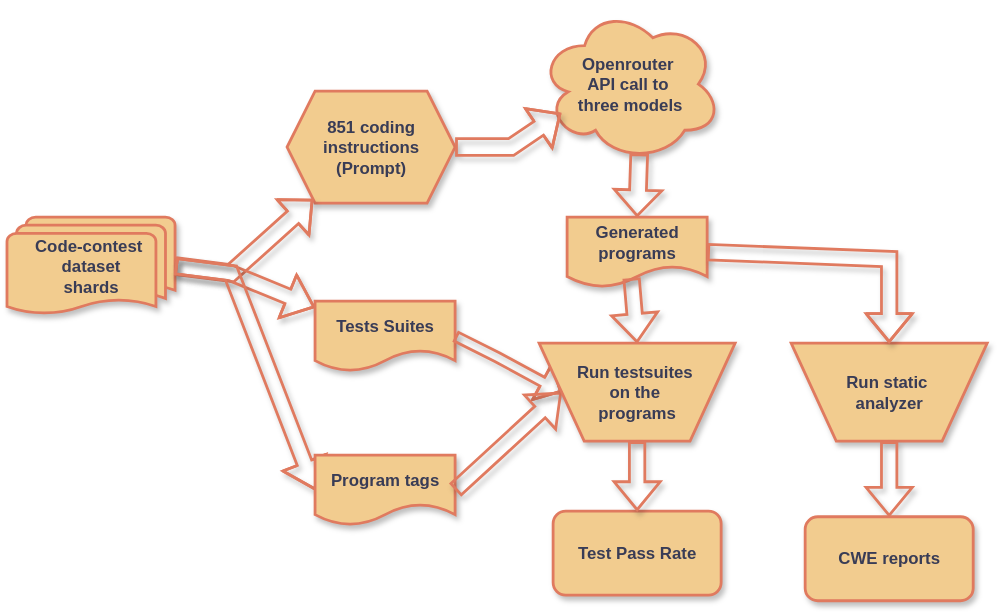
Above: results/figures/data-flow.svg in saif0524/aigc_vul_patterns (draw.io), before the change. Source tidied: cells renumbered, new cells last; positions are measured from the earlier drawing's top-left corner, leaving out a move shared by most shapes.
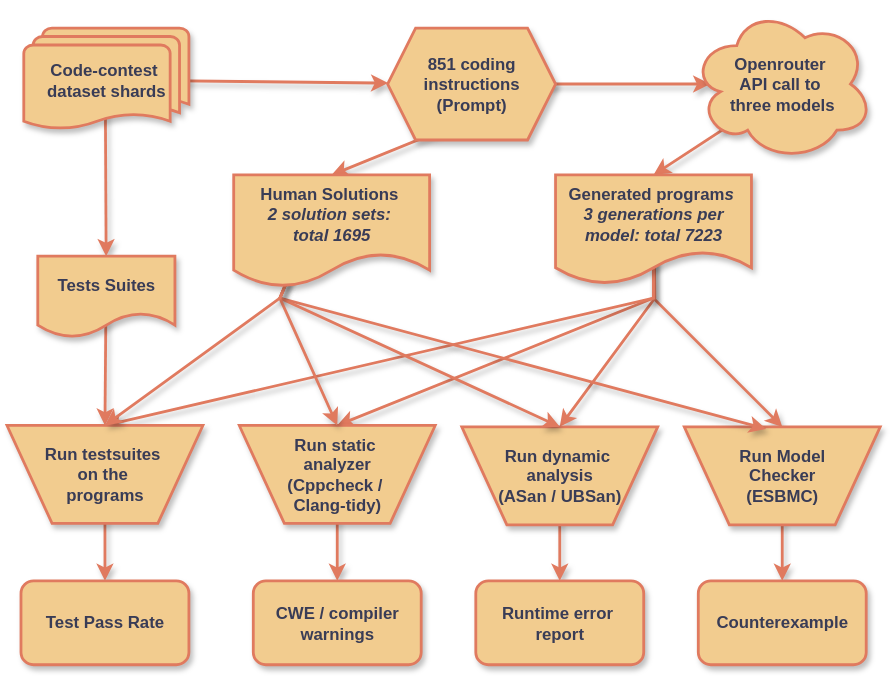
After the commit.

Diff of the diagram source:
```diff
@@ -2,92 +2,133 @@
   <root>
     <mxCell id="0" />
     <mxCell id="1" parent="0" />
+    <mxCell id="23" style="endArrow=classic;html=1;rounded=0;entryX=0.5;entryY=0;entryDx=0;entryDy=0;fontStyle=1;strokeWidth=2;labelBackgroundColor=none;fontColor=default;shadow=1;strokeColor=#E07A5F;exitX=1;exitY=0.5;exitDx=0;exitDy=0;" parent="1" edge="1" source="2" target="36">
+      <mxGeometry relative="1" as="geometry" />
+    </mxCell>
+    <mxCell id="18" style="endArrow=classic;html=1;rounded=0;exitX=0.5;exitY=1;exitDx=0;exitDy=0;fontStyle=1;strokeWidth=2;labelBackgroundColor=none;fontColor=default;shadow=1;strokeColor=#E07A5F;" parent="1" edge="1" source="17" target="13">
+      <mxGeometry relative="1" as="geometry" />
+    </mxCell>
+    <mxCell id="21" style="endArrow=classic;html=1;rounded=0;exitX=0.5;exitY=1;exitDx=0;exitDy=0;entryX=0.5;entryY=0;entryDx=0;entryDy=0;fontStyle=1;strokeWidth=2;labelBackgroundColor=none;fontColor=default;shadow=1;strokeColor=#E07A5F;" parent="1" edge="1" source="19" target="22">
+      <mxGeometry relative="1" as="geometry" />
+    </mxCell>
+    <mxCell id="24" style="endArrow=classic;html=1;rounded=0;exitX=0.5;exitY=1;exitDx=0;exitDy=0;entryX=0.5;entryY=0;entryDx=0;entryDy=0;fontStyle=1;strokeWidth=2;labelBackgroundColor=none;fontColor=default;shadow=1;strokeColor=#E07A5F;" parent="1" edge="1" source="30" target="31">
+      <mxGeometry relative="1" as="geometry" />
+    </mxCell>
+    <mxCell id="25" style="endArrow=classic;html=1;rounded=0;exitX=0.5;exitY=1;exitDx=0;exitDy=0;entryX=0.5;entryY=0;entryDx=0;entryDy=0;fontStyle=1;strokeWidth=2;labelBackgroundColor=none;fontColor=default;shadow=1;strokeColor=#E07A5F;" parent="1" edge="1" source="28" target="29">
+      <mxGeometry relative="1" as="geometry" />
+    </mxCell>
+    <mxCell id="5" style="endArrow=classic;html=1;rounded=0;exitX=0;exitY=0.5;exitDx=0;exitDy=0;fontStyle=1;strokeWidth=2;labelBackgroundColor=none;fontColor=default;shadow=1;strokeColor=#E07A5F;exitPerimeter=0;" parent="1" edge="1" source="4" target="2">
+      <mxGeometry relative="1" as="geometry" />
+    </mxCell>
+    <mxCell id="6" style="endArrow=classic;html=1;rounded=0;exitX=0;exitY=0.5;exitDx=0;exitDy=0;entryX=0.104;entryY=0.5;entryDx=0;entryDy=0;entryPerimeter=0;fontStyle=1;strokeWidth=2;labelBackgroundColor=none;fontColor=default;shadow=1;strokeColor=#E07A5F;" parent="1" edge="1" source="2" target="3">
+      <mxGeometry relative="1" as="geometry" />
+    </mxCell>
+    <mxCell id="11" style="endArrow=classic;html=1;rounded=0;entryX=0.5;entryY=0;entryDx=0;entryDy=0;fontStyle=1;strokeWidth=2;labelBackgroundColor=none;fontColor=default;shadow=1;strokeColor=#E07A5F;exitX=0.88;exitY=0.25;exitDx=0;exitDy=0;exitPerimeter=0;" parent="1" edge="1" source="3" target="12">
+      <mxGeometry relative="1" as="geometry" />
+    </mxCell>
+    <mxCell id="26" style="endArrow=classic;html=1;rounded=0;entryX=0.5;entryY=1;entryDx=0;entryDy=0;fontStyle=1;strokeWidth=2;labelBackgroundColor=none;fontColor=default;shadow=1;strokeColor=#E07A5F;exitX=0.5;exitY=0;exitDx=0;exitDy=0;" parent="1" edge="1" source="12" target="30">
+      <mxGeometry relative="1" as="geometry">
+        <Array as="points">
+          <mxPoint x="790" y="120" />
+        </Array>
+      </mxGeometry>
+    </mxCell>
+    <mxCell id="27" style="endArrow=classic;html=1;rounded=0;entryX=0.5;entryY=1;entryDx=0;entryDy=0;fontStyle=1;strokeWidth=2;labelBackgroundColor=none;fontColor=default;shadow=1;strokeColor=#E07A5F;exitX=0.5;exitY=0;exitDx=0;exitDy=0;" parent="1" edge="1" source="12" target="28">
+      <mxGeometry relative="1" as="geometry">
+        <Array as="points">
+          <mxPoint x="791" y="120" />
+        </Array>
+      </mxGeometry>
+    </mxCell>
+    <mxCell id="20" style="endArrow=classic;html=1;rounded=0;entryX=0.5;entryY=1;entryDx=0;entryDy=0;fontStyle=1;strokeWidth=2;labelBackgroundColor=none;fontColor=default;shadow=1;strokeColor=#E07A5F;exitX=0.5;exitY=0;exitDx=0;exitDy=0;" parent="1" edge="1" source="12" target="19">
+      <mxGeometry relative="1" as="geometry">
+        <Array as="points">
+          <mxPoint x="790" y="120" />
+        </Array>
+      </mxGeometry>
+    </mxCell>
+    <mxCell id="15" style="endArrow=classic;html=1;rounded=0;exitX=0.5;exitY=0;exitDx=0;exitDy=0;entryX=0.5;entryY=1;entryDx=0;entryDy=0;fontStyle=1;strokeWidth=2;labelBackgroundColor=none;fontColor=default;shadow=1;strokeColor=#E07A5F;" parent="1" edge="1" source="12" target="17">
+      <mxGeometry relative="1" as="geometry">
+        <Array as="points">
+          <mxPoint x="790" y="120" />
+        </Array>
+      </mxGeometry>
+    </mxCell>
+    <mxCell id="7" style="endArrow=classic;html=1;rounded=0;exitX=0.492;exitY=0.114;exitDx=0;exitDy=0;fontStyle=1;strokeWidth=2;labelBackgroundColor=none;fontColor=default;shadow=1;strokeColor=#E07A5F;exitPerimeter=0;" parent="1" edge="1" source="4" target="8">
+      <mxGeometry relative="1" as="geometry" />
+    </mxCell>
+    <mxCell id="16" style="endArrow=classic;html=1;rounded=0;exitX=0.5;exitY=0;exitDx=0;exitDy=0;fontStyle=1;strokeWidth=2;entryX=0.5;entryY=1;entryDx=0;entryDy=0;labelBackgroundColor=none;fontColor=default;shadow=1;strokeColor=#E07A5F;" parent="1" edge="1" source="8" target="17">
+      <mxGeometry relative="1" as="geometry" />
+    </mxCell>
     <mxCell id="2" value="851 coding instructions&lt;div&gt;(Prompt)&lt;/div&gt;" style="shape=hexagon;perimeter=hexagonPerimeter2;whiteSpace=wrap;html=1;fixedSize=1;fontStyle=1;strokeWidth=2;labelBackgroundColor=none;shadow=1;fillColor=#F2CC8F;strokeColor=#E07A5F;fontColor=#393C56;" parent="1" vertex="1">
-      <mxGeometry x="200" y="60" width="120" height="80" as="geometry" />
+      <mxGeometry x="600" y="-73" width="120" height="80" as="geometry" />
     </mxCell>
     <mxCell id="3" value="Openrouter&amp;nbsp;&lt;div&gt;API call to&amp;nbsp;&lt;/div&gt;&lt;div&gt;three models&lt;/div&gt;" style="ellipse;shape=cloud;whiteSpace=wrap;html=1;fontStyle=1;strokeWidth=2;labelBackgroundColor=none;shadow=1;fillColor=#F2CC8F;strokeColor=#E07A5F;fontColor=#393C56;" parent="1" vertex="1">
-      <mxGeometry x="380" width="130" height="110" as="geometry" />
+      <mxGeometry x="817" y="-88" width="130" height="110" as="geometry" />
     </mxCell>
-    <mxCell id="4" value="Code-contest&amp;nbsp;&lt;div&gt;dataset&lt;div&gt;shards&lt;/div&gt;&lt;/div&gt;" style="strokeWidth=2;html=1;shape=mxgraph.flowchart.multi-document;whiteSpace=wrap;fontStyle=1;labelBackgroundColor=none;shadow=1;fillColor=#F2CC8F;strokeColor=#E07A5F;fontColor=#393C56;" parent="1" vertex="1">
-      <mxGeometry y="150" width="120" height="70" as="geometry" />
+    <mxCell id="4" value="Code-contest&amp;nbsp;&lt;div&gt;dataset&amp;nbsp;&lt;span style=&quot;background-color: transparent; color: light-dark(rgb(57, 60, 86), rgb(182, 184, 207));&quot;&gt;shards&lt;/span&gt;&lt;/div&gt;" style="strokeWidth=2;html=1;shape=mxgraph.flowchart.multi-document;whiteSpace=wrap;fontStyle=1;labelBackgroundColor=none;shadow=1;fillColor=#F2CC8F;strokeColor=#E07A5F;fontColor=#393C56;" parent="1" vertex="1">
+      <mxGeometry x="340" y="-73" width="118" height="73" as="geometry" />
     </mxCell>
-    <mxCell id="5" style="shape=flexArrow;endArrow=classic;html=1;rounded=0;exitX=1;exitY=0.5;exitDx=0;exitDy=0;width=11;endSize=5.44;fontStyle=1;strokeWidth=2;labelBackgroundColor=none;fontColor=default;shadow=1;strokeColor=#E07A5F;" parent="1" edge="1" source="4" target="2">
-      <mxGeometry relative="1" as="geometry">
-        <Array as="points">
-          <mxPoint x="160" y="190" />
-        </Array>
-      </mxGeometry>
-    </mxCell>
-    <mxCell id="6" style="shape=flexArrow;endArrow=classic;html=1;rounded=0;exitX=1;exitY=0.5;exitDx=0;exitDy=0;width=11;endSize=5.44;entryX=0.121;entryY=0.688;entryDx=0;entryDy=0;entryPerimeter=0;fontStyle=1;strokeWidth=2;labelBackgroundColor=none;fontColor=default;shadow=1;strokeColor=#E07A5F;" parent="1" edge="1" source="2" target="3">
-      <mxGeometry relative="1" as="geometry">
-        <Array as="points">
-          <mxPoint x="360" y="100" />
-        </Array>
-      </mxGeometry>
-    </mxCell>
-    <mxCell id="7" style="shape=flexArrow;endArrow=classic;html=1;rounded=0;exitX=1;exitY=0.5;exitDx=0;exitDy=0;fontStyle=1;strokeWidth=2;labelBackgroundColor=none;fontColor=default;shadow=1;strokeColor=#E07A5F;" parent="1" edge="1" source="4" target="8">
-      <mxGeometry relative="1" as="geometry">
-        <Array as="points">
-          <mxPoint x="160" y="190" />
-        </Array>
-      </mxGeometry>
-    </mxCell>
     <mxCell id="8" value="Tests Suites" style="shape=document;whiteSpace=wrap;html=1;boundedLbl=1;fontStyle=1;strokeWidth=2;labelBackgroundColor=none;shadow=1;fillColor=#F2CC8F;strokeColor=#E07A5F;fontColor=#393C56;" parent="1" vertex="1">
-      <mxGeometry x="220" y="210" width="100" height="50" as="geometry" />
+      <mxGeometry x="350" y="90" width="98" height="58" as="geometry" />
     </mxCell>
-    <mxCell id="9" style="shape=flexArrow;endArrow=classic;html=1;rounded=0;entryX=0;entryY=0.5;entryDx=0;entryDy=0;exitX=1;exitY=0.5;exitDx=0;exitDy=0;exitPerimeter=0;fontStyle=1;strokeWidth=2;labelBackgroundColor=none;fontColor=default;shadow=1;strokeColor=#E07A5F;" parent="1" edge="1" source="4" target="10">
-      <mxGeometry relative="1" as="geometry">
-        <Array as="points">
-          <mxPoint x="160" y="190" />
-        </Array>
-      </mxGeometry>
-    </mxCell>
-    <mxCell id="10" value="Program tags" style="shape=document;whiteSpace=wrap;html=1;boundedLbl=1;fontStyle=1;strokeWidth=2;labelBackgroundColor=none;shadow=1;fillColor=#F2CC8F;strokeColor=#E07A5F;fontColor=#393C56;" parent="1" vertex="1">
-      <mxGeometry x="220" y="320" width="100" height="50" as="geometry" />
-    </mxCell>
-    <mxCell id="11" style="shape=flexArrow;endArrow=classic;html=1;rounded=0;exitX=0.55;exitY=0.95;exitDx=0;exitDy=0;width=11;endSize=5.44;exitPerimeter=0;entryX=0.5;entryY=0;entryDx=0;entryDy=0;fontStyle=1;strokeWidth=2;labelBackgroundColor=none;fontColor=default;shadow=1;strokeColor=#E07A5F;" parent="1" edge="1" source="3" target="12">
-      <mxGeometry relative="1" as="geometry" />
-    </mxCell>
-    <mxCell id="12" value="Generated programs" style="shape=document;whiteSpace=wrap;html=1;boundedLbl=1;fontStyle=1;strokeWidth=2;labelBackgroundColor=none;shadow=1;fillColor=#F2CC8F;strokeColor=#E07A5F;fontColor=#393C56;" parent="1" vertex="1">
-      <mxGeometry x="400" y="150" width="100" height="50" as="geometry" />
+    <mxCell id="12" value="Generated program&lt;i&gt;s&amp;nbsp;&lt;/i&gt;&lt;div&gt;&lt;i&gt;3 generations per model: total 7223&lt;/i&gt;&lt;/div&gt;" style="shape=document;whiteSpace=wrap;html=1;boundedLbl=1;fontStyle=1;strokeWidth=2;labelBackgroundColor=none;shadow=1;fillColor=#F2CC8F;strokeColor=#E07A5F;fontColor=#393C56;" parent="1" vertex="1">
+      <mxGeometry x="720" y="32" width="140" height="78" as="geometry" />
     </mxCell>
     <mxCell id="13" value="Test Pass Rate" style="rounded=1;whiteSpace=wrap;html=1;fontStyle=1;strokeWidth=2;labelBackgroundColor=none;shadow=1;fillColor=#F2CC8F;strokeColor=#E07A5F;fontColor=#393C56;" parent="1" vertex="1">
-      <mxGeometry x="390" y="360" width="120" height="60" as="geometry" />
+      <mxGeometry x="338" y="322" width="120" height="60" as="geometry" />
     </mxCell>
-    <mxCell id="14" style="shape=flexArrow;endArrow=classic;html=1;rounded=0;exitX=1;exitY=0.5;exitDx=0;exitDy=0;fontStyle=1;strokeWidth=2;width=6;endSize=4.23;entryX=0;entryY=0.5;entryDx=0;entryDy=0;labelBackgroundColor=none;fontColor=default;shadow=1;strokeColor=#E07A5F;" parent="1" edge="1" source="8" target="17">
-      <mxGeometry relative="1" as="geometry">
-        <Array as="points">
-          <mxPoint x="350" y="250" />
-        </Array>
-      </mxGeometry>
-    </mxCell>
-    <mxCell id="15" style="shape=flexArrow;endArrow=classic;html=1;rounded=0;exitX=0.46;exitY=0.87;exitDx=0;exitDy=0;entryX=0.5;entryY=1;entryDx=0;entryDy=0;exitPerimeter=0;fontStyle=1;strokeWidth=2;labelBackgroundColor=none;fontColor=default;shadow=1;strokeColor=#E07A5F;" parent="1" edge="1" source="12" target="17">
-      <mxGeometry relative="1" as="geometry" />
-    </mxCell>
-    <mxCell id="16" style="shape=flexArrow;endArrow=classic;html=1;rounded=0;exitX=1;exitY=0.5;exitDx=0;exitDy=0;fontStyle=1;strokeWidth=2;entryX=0;entryY=0.5;entryDx=0;entryDy=0;labelBackgroundColor=none;fontColor=default;shadow=1;strokeColor=#E07A5F;" parent="1" edge="1" source="10" target="17">
-      <mxGeometry relative="1" as="geometry" />
-    </mxCell>
     <mxCell id="17" value="Run testsuites&amp;nbsp;&lt;div&gt;on the&amp;nbsp;&lt;/div&gt;&lt;div&gt;programs&lt;/div&gt;" style="verticalLabelPosition=middle;verticalAlign=middle;html=1;shape=trapezoid;perimeter=trapezoidPerimeter;whiteSpace=wrap;size=0.23;arcSize=10;flipV=1;labelPosition=center;align=center;legacyAnchorPoints=0;fontStyle=1;strokeWidth=2;labelBackgroundColor=none;shadow=1;fillColor=#F2CC8F;strokeColor=#E07A5F;fontColor=#393C56;" parent="1" vertex="1">
-      <mxGeometry x="380" y="240" width="140" height="70" as="geometry" />
+      <mxGeometry x="328" y="211" width="140" height="70" as="geometry" />
     </mxCell>
-    <mxCell id="18" style="shape=flexArrow;endArrow=classic;html=1;rounded=0;exitX=0.5;exitY=0;exitDx=0;exitDy=0;fontStyle=1;strokeWidth=2;labelBackgroundColor=none;fontColor=default;shadow=1;strokeColor=#E07A5F;" parent="1" edge="1" source="17" target="13">
-      <mxGeometry relative="1" as="geometry" />
-    </mxCell>
-    <mxCell id="19" value="Run static&amp;nbsp;&lt;div&gt;analyzer&lt;/div&gt;" style="verticalLabelPosition=middle;verticalAlign=middle;html=1;shape=trapezoid;perimeter=trapezoidPerimeter;whiteSpace=wrap;size=0.23;arcSize=10;flipV=1;labelPosition=center;align=center;legacyAnchorPoints=0;fontStyle=1;strokeWidth=2;labelBackgroundColor=none;shadow=1;fillColor=#F2CC8F;strokeColor=#E07A5F;fontColor=#393C56;" parent="1" vertex="1">
-      <mxGeometry x="560" y="240" width="140" height="70" as="geometry" />
+    <mxCell id="19" value="Run static&amp;nbsp;&lt;div&gt;analyzer&lt;/div&gt;&lt;div&gt;(Cppcheck /&amp;nbsp;&lt;/div&gt;&lt;div&gt;Clang-tidy)&lt;/div&gt;" style="verticalLabelPosition=middle;verticalAlign=middle;html=1;shape=trapezoid;perimeter=trapezoidPerimeter;whiteSpace=wrap;size=0.23;arcSize=10;flipV=1;labelPosition=center;align=center;legacyAnchorPoints=0;fontStyle=1;strokeWidth=2;labelBackgroundColor=none;shadow=1;fillColor=#F2CC8F;strokeColor=#E07A5F;fontColor=#393C56;" parent="1" vertex="1">
+      <mxGeometry x="494" y="211" width="140" height="70" as="geometry" />
     </mxCell>
-    <mxCell id="20" style="shape=flexArrow;endArrow=classic;html=1;rounded=0;exitX=1;exitY=0.5;exitDx=0;exitDy=0;entryX=0.5;entryY=1;entryDx=0;entryDy=0;fontStyle=1;strokeWidth=2;labelBackgroundColor=none;fontColor=default;shadow=1;strokeColor=#E07A5F;" parent="1" edge="1" source="12" target="19">
-      <mxGeometry relative="1" as="geometry">
-        <Array as="points">
-          <mxPoint x="630" y="180" />
-        </Array>
-      </mxGeometry>
-    </mxCell>
-    <mxCell id="21" style="shape=flexArrow;endArrow=classic;html=1;rounded=0;exitX=0.5;exitY=0;exitDx=0;exitDy=0;entryX=0.5;entryY=0;entryDx=0;entryDy=0;fontStyle=1;strokeWidth=2;labelBackgroundColor=none;fontColor=default;shadow=1;strokeColor=#E07A5F;" parent="1" edge="1" source="19" target="22">
-      <mxGeometry relative="1" as="geometry" />
-    </mxCell>
-    <mxCell id="22" value="CWE reports" style="rounded=1;whiteSpace=wrap;html=1;fontStyle=1;strokeWidth=2;labelBackgroundColor=none;shadow=1;fillColor=#F2CC8F;strokeColor=#E07A5F;fontColor=#393C56;" parent="1" vertex="1">
-      <mxGeometry x="570" y="364" width="120" height="60" as="geometry" />
+    <mxCell id="22" value="CWE / compiler warnings" style="rounded=1;whiteSpace=wrap;html=1;fontStyle=1;strokeWidth=2;labelBackgroundColor=none;shadow=1;fillColor=#F2CC8F;strokeColor=#E07A5F;fontColor=#393C56;" parent="1" vertex="1">
+      <mxGeometry x="504" y="322" width="120" height="60" as="geometry" />
     </mxCell>
+    <mxCell id="28" value="Run dynamic&amp;nbsp;&lt;div&gt;analysis&lt;/div&gt;&lt;div&gt;(ASan / UBSan)&lt;/div&gt;" style="verticalLabelPosition=middle;verticalAlign=middle;html=1;shape=trapezoid;perimeter=trapezoidPerimeter;whiteSpace=wrap;size=0.23;arcSize=10;flipV=1;labelPosition=center;align=center;legacyAnchorPoints=0;fontStyle=1;strokeWidth=2;labelBackgroundColor=none;shadow=1;fillColor=#F2CC8F;strokeColor=#E07A5F;fontColor=#393C56;" parent="1" vertex="1">
+      <mxGeometry x="653" y="212" width="140" height="70" as="geometry" />
+    </mxCell>
+    <mxCell id="29" value="Runtime error&amp;nbsp;&lt;div&gt;report&lt;/div&gt;" style="rounded=1;whiteSpace=wrap;html=1;fontStyle=1;strokeWidth=2;labelBackgroundColor=none;shadow=1;fillColor=#F2CC8F;strokeColor=#E07A5F;fontColor=#393C56;" parent="1" vertex="1">
+      <mxGeometry x="663" y="322" width="120" height="60" as="geometry" />
+    </mxCell>
+    <mxCell id="30" value="Run Model&lt;div&gt;Checker&lt;/div&gt;&lt;div&gt;(ESBMC)&lt;/div&gt;" style="verticalLabelPosition=middle;verticalAlign=middle;html=1;shape=trapezoid;perimeter=trapezoidPerimeter;whiteSpace=wrap;size=0.23;arcSize=10;flipV=1;labelPosition=center;align=center;legacyAnchorPoints=0;fontStyle=1;strokeWidth=2;labelBackgroundColor=none;shadow=1;fillColor=#F2CC8F;strokeColor=#E07A5F;fontColor=#393C56;" parent="1" vertex="1">
+      <mxGeometry x="812" y="212" width="140" height="70" as="geometry" />
+    </mxCell>
+    <mxCell id="31" value="Counterexample" style="rounded=1;whiteSpace=wrap;html=1;fontStyle=1;strokeWidth=2;labelBackgroundColor=none;shadow=1;fillColor=#F2CC8F;strokeColor=#E07A5F;fontColor=#393C56;" parent="1" vertex="1">
+      <mxGeometry x="822" y="322" width="120" height="60" as="geometry" />
+    </mxCell>
+    <mxCell id="32" style="endArrow=classic;html=1;rounded=0;entryX=0.418;entryY=0.979;entryDx=0;entryDy=0;fontStyle=1;strokeWidth=2;labelBackgroundColor=none;fontColor=default;shadow=1;strokeColor=#E07A5F;exitX=0.5;exitY=0;exitDx=0;exitDy=0;entryPerimeter=0;" parent="1" edge="1" source="36" target="30">
+      <mxGeometry relative="1" as="geometry">
+        <Array as="points">
+          <mxPoint x="523" y="120" />
+        </Array>
+      </mxGeometry>
+    </mxCell>
+    <mxCell id="33" style="endArrow=classic;html=1;rounded=0;entryX=0.5;entryY=1;entryDx=0;entryDy=0;fontStyle=1;strokeWidth=2;labelBackgroundColor=none;fontColor=default;shadow=1;strokeColor=#E07A5F;exitX=0.5;exitY=0;exitDx=0;exitDy=0;" parent="1" edge="1" source="36" target="28">
+      <mxGeometry relative="1" as="geometry">
+        <Array as="points">
+          <mxPoint x="523" y="120" />
+        </Array>
+      </mxGeometry>
+    </mxCell>
+    <mxCell id="34" style="endArrow=classic;html=1;rounded=0;exitX=0.5;exitY=0;exitDx=0;exitDy=0;entryX=0.5;entryY=1;entryDx=0;entryDy=0;fontStyle=1;strokeWidth=2;labelBackgroundColor=none;fontColor=default;shadow=1;strokeColor=#E07A5F;" parent="1" edge="1" source="36" target="19">
+      <mxGeometry relative="1" as="geometry">
+        <Array as="points">
+          <mxPoint x="523" y="120" />
+        </Array>
+      </mxGeometry>
+    </mxCell>
+    <mxCell id="35" style="endArrow=classic;html=1;rounded=0;exitX=0.5;exitY=0;exitDx=0;exitDy=0;entryX=0.5;entryY=1;entryDx=0;entryDy=0;fontStyle=1;strokeWidth=2;labelBackgroundColor=none;fontColor=default;shadow=1;strokeColor=#E07A5F;" parent="1" edge="1" source="36" target="17">
+      <mxGeometry relative="1" as="geometry">
+        <Array as="points">
+          <mxPoint x="523" y="120" />
+        </Array>
+      </mxGeometry>
+    </mxCell>
+    <mxCell id="36" value="Human Solutions&amp;nbsp;&lt;div&gt;&lt;i&gt;2 solution sets:&amp;nbsp;&lt;/i&gt;&lt;/div&gt;&lt;div&gt;&lt;i&gt;total 1695&lt;/i&gt;&lt;/div&gt;" style="shape=document;whiteSpace=wrap;html=1;boundedLbl=1;fontStyle=1;strokeWidth=2;labelBackgroundColor=none;shadow=1;fillColor=#F2CC8F;strokeColor=#E07A5F;fontColor=#393C56;" parent="1" vertex="1">
+      <mxGeometry x="490" y="32" width="140" height="80" as="geometry" />
+    </mxCell>
   </root>
 </mxGraphModel>
```
